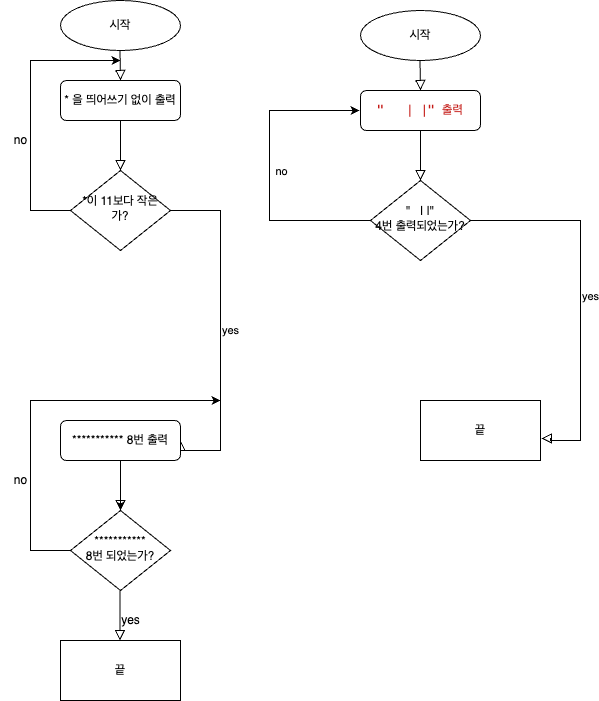
Above: CodeStarterCamp_Week1/아이스크림순서도.drawio.png in yagom-academy/swift-starter-Round1 (draw.io), before the change. Source tidied: cells renumbered, new cells last; positions are measured from the earlier drawing's top-left corner, leaving out a move shared by most shapes.
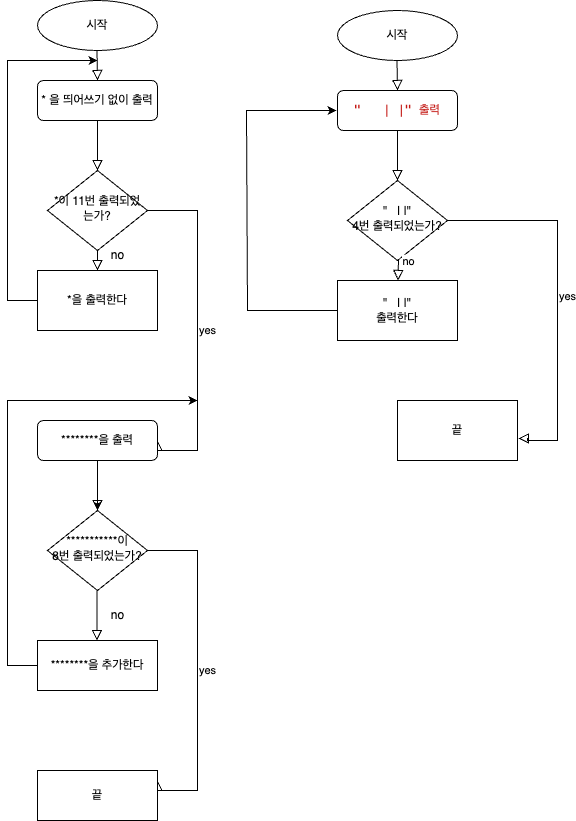
The same file after the commit.

What changed in the source:
```diff
@@ -17,13 +17,13 @@
         </Array>
       </mxGeometry>
     </mxCell>
-    <mxCell id="5" value="*이 11보다 작은가?" style="rhombus;whiteSpace=wrap;html=1;shadow=0;fontFamily=Helvetica;fontSize=12;align=center;strokeWidth=1;spacing=6;spacingTop=-4;" parent="1" vertex="1">
+    <mxCell id="5" value="*이 11번 출력되었는가?" style="rhombus;whiteSpace=wrap;html=1;shadow=0;fontFamily=Helvetica;fontSize=12;align=center;strokeWidth=1;spacing=6;spacingTop=-4;" parent="1" vertex="1">
       <mxGeometry x="70" y="170" width="100" height="80" as="geometry" />
     </mxCell>
     <mxCell id="6" style="edgeStyle=orthogonalEdgeStyle;rounded=0;jettySize=auto;html=1;" parent="1" edge="1" source="7" target="12">
       <mxGeometry relative="1" as="geometry" />
     </mxCell>
-    <mxCell id="7" value="*********** 8번 출력" style="rounded=1;whiteSpace=wrap;html=1;fontSize=12;glass=0;strokeWidth=1;shadow=0;" parent="1" vertex="1">
+    <mxCell id="7" value="********을 출력" style="rounded=1;whiteSpace=wrap;html=1;fontSize=12;glass=0;strokeWidth=1;shadow=0;" parent="1" vertex="1">
       <mxGeometry x="60" y="420" width="120" height="40" as="geometry" />
     </mxCell>
     <mxCell id="8" value="시작" style="ellipse;whiteSpace=wrap;html=1;" parent="1" vertex="1">
@@ -35,11 +35,11 @@
         <mxPoint x="120" y="80" as="targetPoint" />
       </mxGeometry>
     </mxCell>
-    <mxCell id="10" style="endArrow=classic;html=1;rounded=0;exitX=0;exitY=0.5;exitDx=0;exitDy=0;" parent="1" edge="1" source="5">
+    <mxCell id="10" style="endArrow=classic;html=1;rounded=0;exitX=0;exitY=0.5;exitDx=0;exitDy=0;" parent="1" edge="1" source="28">
       <mxGeometry relative="1" as="geometry">
         <mxPoint x="120" y="60" as="targetPoint" />
         <Array as="points">
-          <mxPoint x="30" y="210" />
+          <mxPoint x="30" y="300" />
           <mxPoint x="30" y="60" />
         </Array>
       </mxGeometry>
@@ -53,20 +53,20 @@
         </Array>
       </mxGeometry>
     </mxCell>
-    <mxCell id="12" value="***********&lt;br&gt;8번 되었는가?" style="rhombus;whiteSpace=wrap;html=1;shadow=0;fontFamily=Helvetica;fontSize=12;align=center;strokeWidth=1;spacing=6;spacingTop=-4;" parent="1" vertex="1">
+    <mxCell id="12" value="***********이&lt;br&gt;8번 출력되었는가?" style="rhombus;whiteSpace=wrap;html=1;shadow=0;fontFamily=Helvetica;fontSize=12;align=center;strokeWidth=1;spacing=6;spacingTop=-4;" parent="1" vertex="1">
       <mxGeometry x="70" y="510" width="100" height="80" as="geometry" />
     </mxCell>
-    <mxCell id="13" style="endArrow=classic;html=1;rounded=0;exitX=0;exitY=0.5;exitDx=0;exitDy=0;" parent="1" edge="1" source="12">
+    <mxCell id="13" style="endArrow=classic;html=1;rounded=0;exitX=0;exitY=0.5;exitDx=0;exitDy=0;" parent="1" edge="1" source="14">
       <mxGeometry relative="1" as="geometry">
         <mxPoint x="220" y="400" as="targetPoint" />
         <Array as="points">
-          <mxPoint x="30" y="550" />
+          <mxPoint x="30" y="665" />
           <mxPoint x="30" y="400" />
         </Array>
       </mxGeometry>
     </mxCell>
-    <mxCell id="14" value="끝" style="rounded=0;whiteSpace=wrap;html=1;" parent="1" vertex="1">
-      <mxGeometry x="60" y="640" width="120" height="60" as="geometry" />
+    <mxCell id="14" value="********을 추가한다" style="rounded=0;whiteSpace=wrap;html=1;" parent="1" vertex="1">
+      <mxGeometry x="60" y="640" width="120" height="50" as="geometry" />
     </mxCell>
     <mxCell id="15" style="rounded=0;html=1;jettySize=auto;fontSize=11;endArrow=block;endFill=0;endSize=8;strokeWidth=1;shadow=0;labelBackgroundColor=none;edgeStyle=orthogonalEdgeStyle;" parent="1" edge="1" source="16" target="17">
       <mxGeometry relative="1" as="geometry" />
@@ -86,18 +86,18 @@
         <mxPoint x="420" y="90" as="targetPoint" />
       </mxGeometry>
     </mxCell>
-    <mxCell id="20" style="endArrow=classic;html=1;rounded=0;exitX=0;exitY=0.5;exitDx=0;exitDy=0;" parent="1" edge="1" source="17">
+    <mxCell id="20" style="endArrow=classic;html=1;rounded=0;exitX=0;exitY=0.5;exitDx=0;exitDy=0;" parent="1" edge="1" source="31">
       <mxGeometry relative="1" as="geometry">
         <mxPoint x="359" y="110" as="targetPoint" />
         <Array as="points">
-          <mxPoint x="269" y="220" />
+          <mxPoint x="270" y="310" />
           <mxPoint x="269" y="110" />
         </Array>
       </mxGeometry>
     </mxCell>
     <mxCell id="21" value="no" style="edgeLabel;html=1;align=center;verticalAlign=middle;" parent="20" vertex="1">
       <mxGeometry x="0.02" y="1" relative="1" as="geometry">
-        <mxPoint x="12" y="2" as="offset" />
+        <mxPoint x="162" y="53" as="offset" />
       </mxGeometry>
     </mxCell>
     <mxCell id="22" value="끝" style="rounded=0;whiteSpace=wrap;html=1;" parent="1" vertex="1">
@@ -114,10 +114,10 @@
       </mxGeometry>
     </mxCell>
     <mxCell id="24" value="no" style="text;html=1;align=center;verticalAlign=middle;strokeColor=none;fillColor=none;" parent="1" vertex="1">
-      <mxGeometry y="125" width="40" height="30" as="geometry" />
+      <mxGeometry x="120" y="240" width="40" height="30" as="geometry" />
     </mxCell>
     <mxCell id="25" value="no" style="text;html=1;align=center;verticalAlign=middle;strokeColor=none;fillColor=none;" parent="1" vertex="1">
-      <mxGeometry y="465" width="40" height="30" as="geometry" />
+      <mxGeometry x="120" y="600" width="40" height="30" as="geometry" />
     </mxCell>
     <mxCell id="26" style="rounded=0;html=1;jettySize=auto;orthogonalLoop=1;fontSize=11;endArrow=block;endFill=0;endSize=8;strokeWidth=1;shadow=0;labelBackgroundColor=none;edgeStyle=orthogonalEdgeStyle;" parent="1" edge="1">
       <mxGeometry relative="1" as="geometry">
@@ -125,8 +125,37 @@
         <mxPoint x="119.5" y="640" as="targetPoint" />
       </mxGeometry>
     </mxCell>
+    <mxCell id="28" value="*을 출력한다" style="rounded=0;whiteSpace=wrap;html=1;" parent="1" vertex="1">
+      <mxGeometry x="60" y="270" width="120" height="60" as="geometry" />
+    </mxCell>
+    <mxCell id="29" style="rounded=0;html=1;jettySize=auto;orthogonalLoop=1;fontSize=11;endArrow=block;endFill=0;endSize=8;strokeWidth=1;shadow=0;labelBackgroundColor=none;edgeStyle=orthogonalEdgeStyle;" parent="1" edge="1">
+      <mxGeometry relative="1" as="geometry">
+        <mxPoint x="120" y="250" as="sourcePoint" />
+        <mxPoint x="120" y="270" as="targetPoint" />
+      </mxGeometry>
+    </mxCell>
-    <mxCell id="27" value="yes" style="text;html=1;align=center;verticalAlign=middle;strokeColor=none;fillColor=none;" parent="1" vertex="1">
-      <mxGeometry x="110" y="605" width="40" height="30" as="geometry" />
+    <mxCell id="27" value="yes" style="edgeStyle=orthogonalEdgeStyle;rounded=0;html=1;jettySize=auto;orthogonalLoop=1;fontSize=11;endArrow=block;endFill=0;endSize=8;strokeWidth=1;shadow=0;labelBackgroundColor=none;entryX=1;entryY=0.5;entryDx=0;entryDy=0;" parent="1" edge="1">
+      <mxGeometry y="10" relative="1" as="geometry">
+        <mxPoint x="170" y="550" as="sourcePoint" />
+        <mxPoint x="180" y="780" as="targetPoint" />
+        <Array as="points">
+          <mxPoint x="220" y="550" />
+          <mxPoint x="220" y="790" />
+          <mxPoint x="180" y="790" />
+        </Array>
+      </mxGeometry>
     </mxCell>
+    <mxCell id="30" value="끝" style="rounded=0;whiteSpace=wrap;html=1;" parent="1" vertex="1">
+      <mxGeometry x="60" y="770" width="120" height="50" as="geometry" />
+    </mxCell>
+    <mxCell id="31" value="&quot; &amp;nbsp; | |&quot;&lt;br&gt;출력한다" style="rounded=0;whiteSpace=wrap;html=1;" parent="1" vertex="1">
+      <mxGeometry x="360" y="280" width="120" height="60" as="geometry" />
+    </mxCell>
+    <mxCell id="32" style="rounded=0;html=1;jettySize=auto;orthogonalLoop=1;fontSize=11;endArrow=block;endFill=0;endSize=8;strokeWidth=1;shadow=0;labelBackgroundColor=none;edgeStyle=orthogonalEdgeStyle;" parent="1" edge="1">
+      <mxGeometry relative="1" as="geometry">
+        <mxPoint x="421" y="260" as="sourcePoint" />
+        <mxPoint x="420.5" y="280" as="targetPoint" />
+      </mxGeometry>
+    </mxCell>
   </root>
 </mxGraphModel>
```
